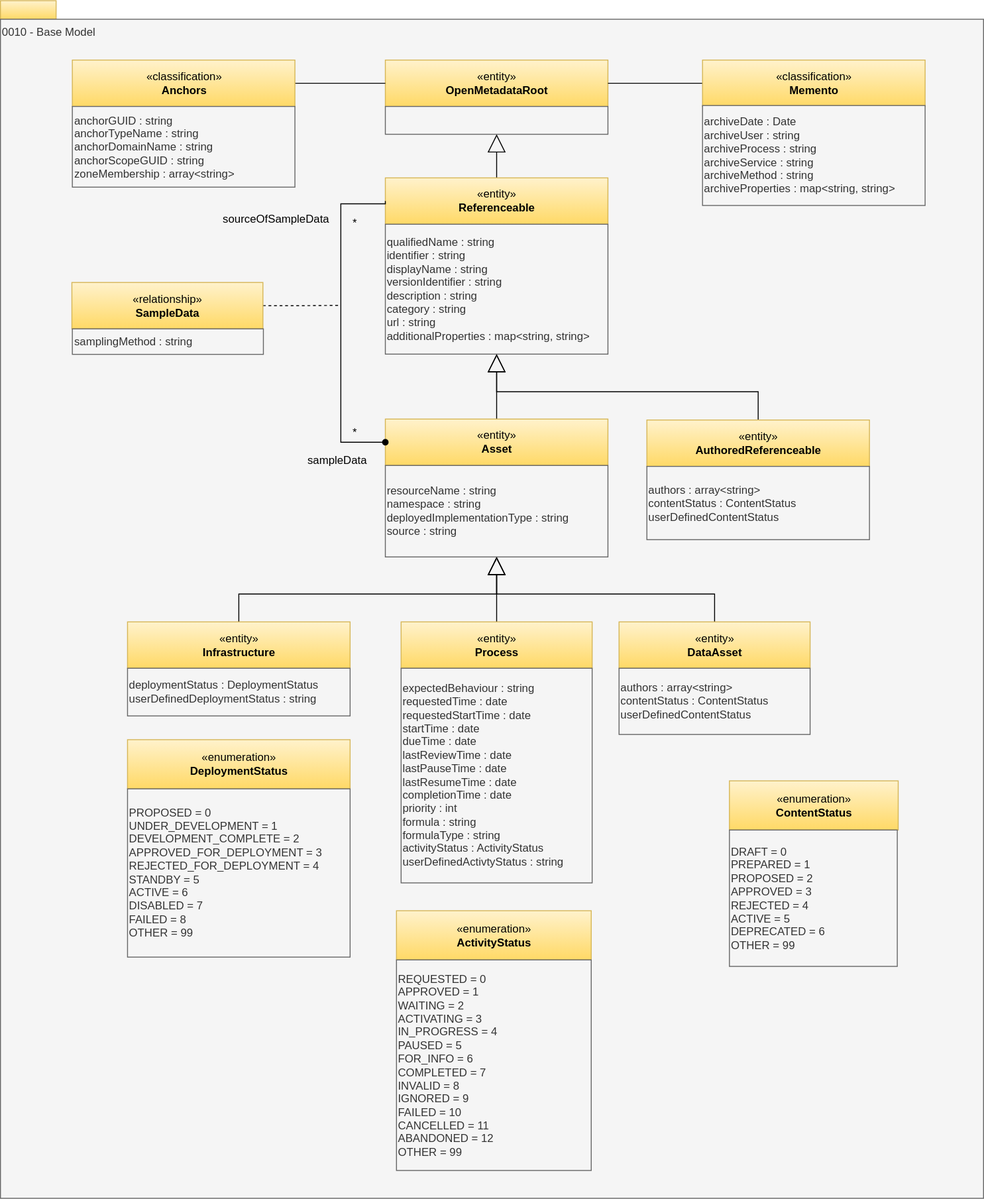
odpi/egeria-docs keeps this draw.io diagram as site/docs/types/0/0010-Base-Model.svg. Above is the earlier version. Source tidied: cells renumbered, new cells last; positions are measured from the earlier drawing's top-left corner, leaving out a move shared by most shapes.
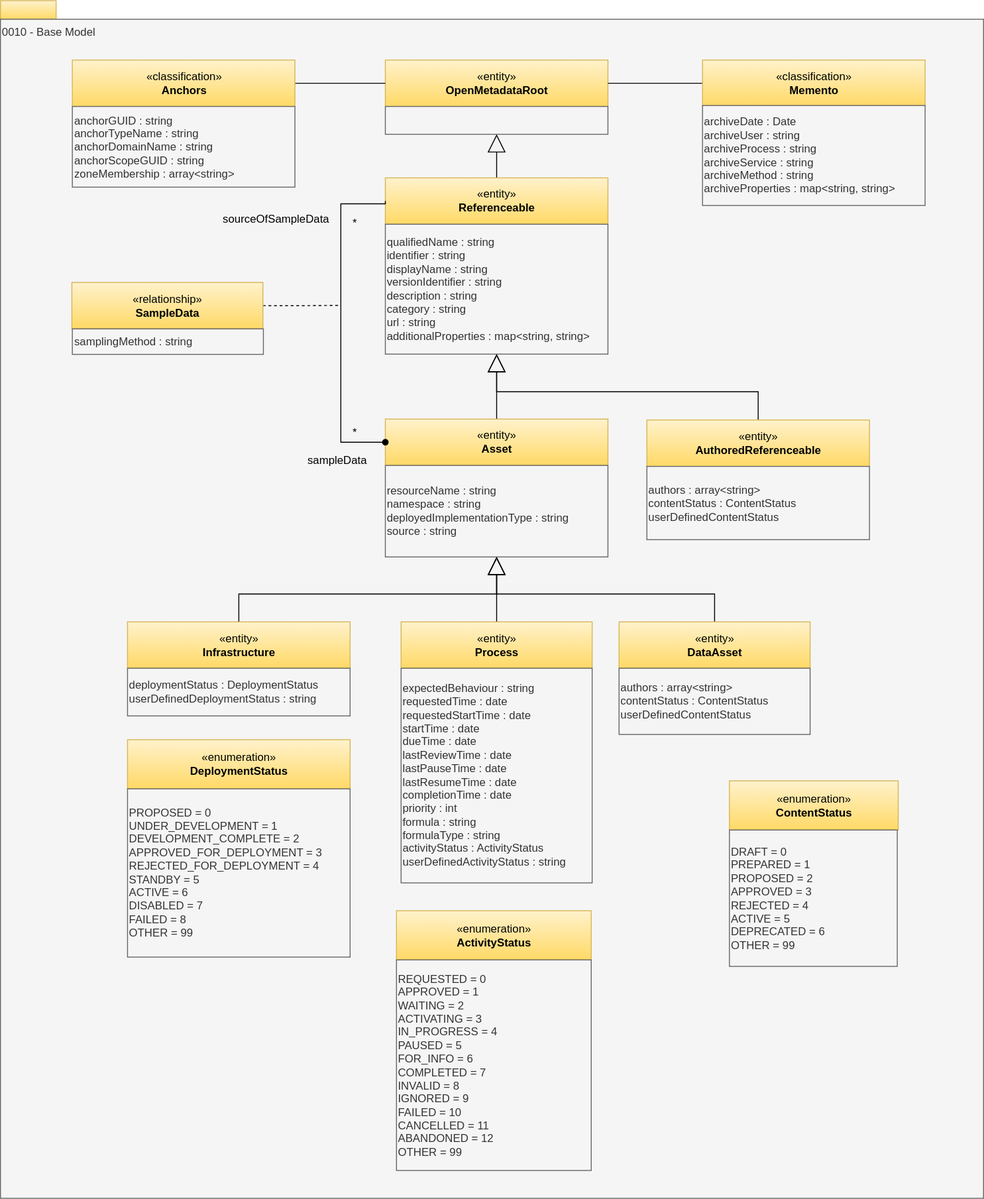
The same file after the commit.

The edit, as a diff of the source:
```diff
@@ -38,7 +38,7 @@
     <mxCell id="13" value="«entity»&lt;br&gt;&lt;b&gt;Process&lt;/b&gt;" style="html=1;strokeColor=#d6b656;align=center;fillColor=#fff2cc;gradientColor=#ffd966;" parent="1" vertex="1">
       <mxGeometry x="432" y="669.6" width="206" height="50" as="geometry" />
     </mxCell>
-    <mxCell id="14" value="expectedBehaviour : string&lt;div&gt;requestedTime : date&lt;div&gt;requestedStartTime : date&lt;br&gt;&lt;div&gt;startTime : date&lt;/div&gt;&lt;div&gt;dueTime : date&lt;/div&gt;&lt;div&gt;lastReviewTime : date&lt;/div&gt;&lt;div&gt;lastPauseTime : date&lt;/div&gt;&lt;div&gt;lastResumeTime : date&lt;/div&gt;&lt;div&gt;&lt;span style=&quot;background-color: transparent; color: light-dark(rgb(51, 51, 51), rgb(193, 193, 193));&quot;&gt;completionTime : date&lt;/span&gt;&lt;/div&gt;&lt;div&gt;priority : int&lt;/div&gt;&lt;div&gt;formula : string&lt;br&gt;formulaType : string&lt;/div&gt;&lt;div&gt;activityStatus : ActivityStatus&lt;/div&gt;&lt;/div&gt;&lt;/div&gt;&lt;div&gt;userDefinedActivtyStatus : string&lt;/div&gt;" style="rounded=0;whiteSpace=wrap;html=1;strokeColor=#666666;align=left;fillColor=#f5f5f5;fontColor=#333333;" parent="1" vertex="1">
+    <mxCell id="14" value="expectedBehaviour : string&lt;div&gt;requestedTime : date&lt;div&gt;requestedStartTime : date&lt;br&gt;&lt;div&gt;startTime : date&lt;/div&gt;&lt;div&gt;dueTime : date&lt;/div&gt;&lt;div&gt;lastReviewTime : date&lt;/div&gt;&lt;div&gt;lastPauseTime : date&lt;/div&gt;&lt;div&gt;lastResumeTime : date&lt;/div&gt;&lt;div&gt;&lt;span style=&quot;background-color: transparent; color: light-dark(rgb(51, 51, 51), rgb(193, 193, 193));&quot;&gt;completionTime : date&lt;/span&gt;&lt;/div&gt;&lt;div&gt;priority : int&lt;/div&gt;&lt;div&gt;formula : string&lt;br&gt;formulaType : string&lt;/div&gt;&lt;div&gt;activityStatus : ActivityStatus&lt;/div&gt;&lt;/div&gt;&lt;/div&gt;&lt;div&gt;userDefinedActivityStatus : string&lt;/div&gt;" style="rounded=0;whiteSpace=wrap;html=1;strokeColor=#666666;align=left;fillColor=#f5f5f5;fontColor=#333333;" parent="1" vertex="1">
       <mxGeometry x="432" y="719.6" width="206" height="231.4" as="geometry" />
     </mxCell>
     <mxCell id="15" style="edgeStyle=orthogonalEdgeStyle;rounded=0;jettySize=auto;html=1;exitX=0.5;exitY=0;exitDx=0;exitDy=0;endArrow=block;endFill=0;endSize=17;entryX=0.5;entryY=1;entryDx=0;entryDy=0;" parent="1" edge="1" source="16" target="11">
```
